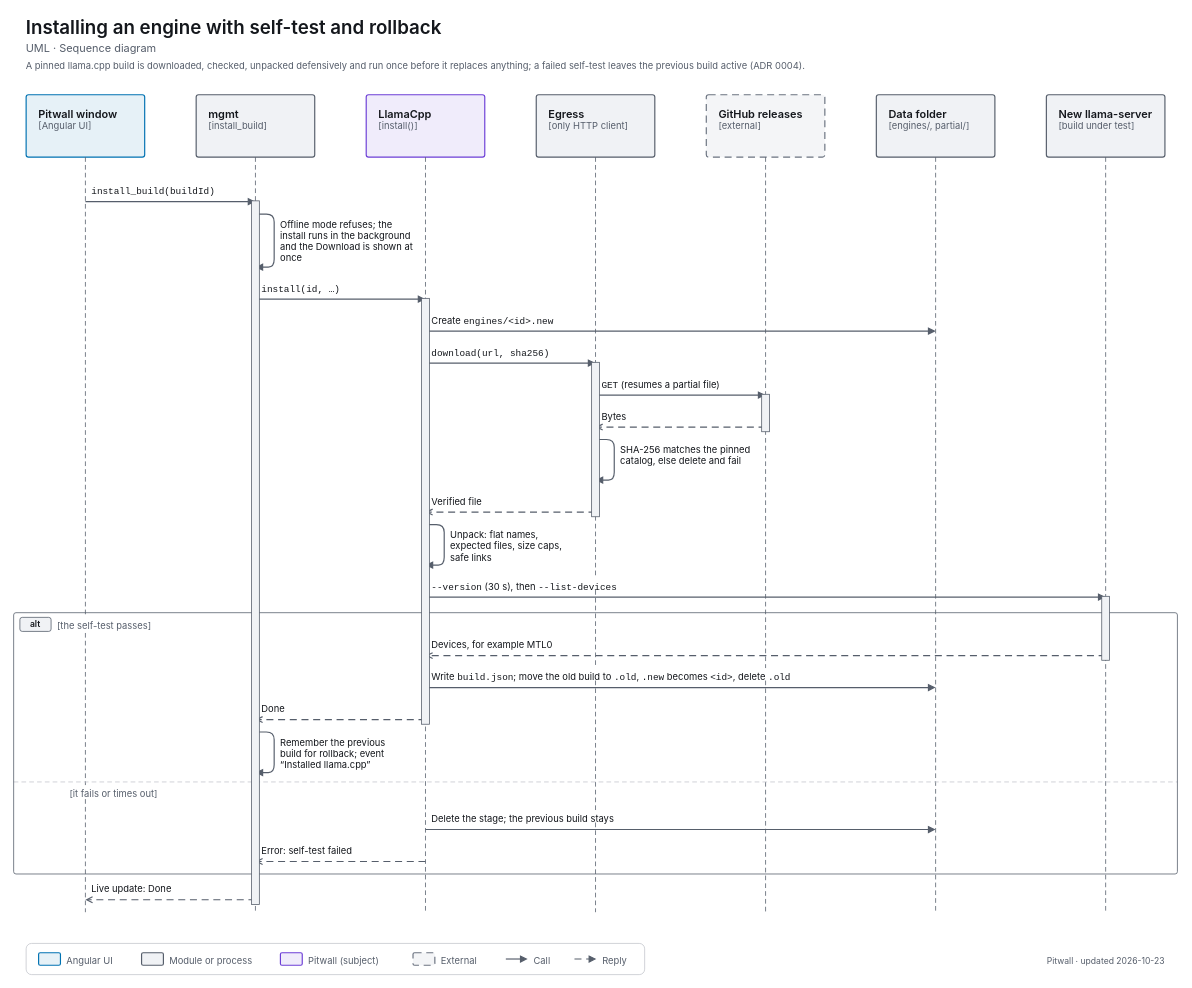
The draw.io diagram apps/pitwall/docs/diagrams/uml-seq-engine-install.drawio in decryp7/paddock, before the edit. Source tidied: cells renumbered, new cells numbered last; positions are measured from the earlier drawing's top-left corner, leaving out a move shared by most shapes. Both pictures are drawn from the tidied source at 78%, with x=0, y=0 at pixel (13, 13).
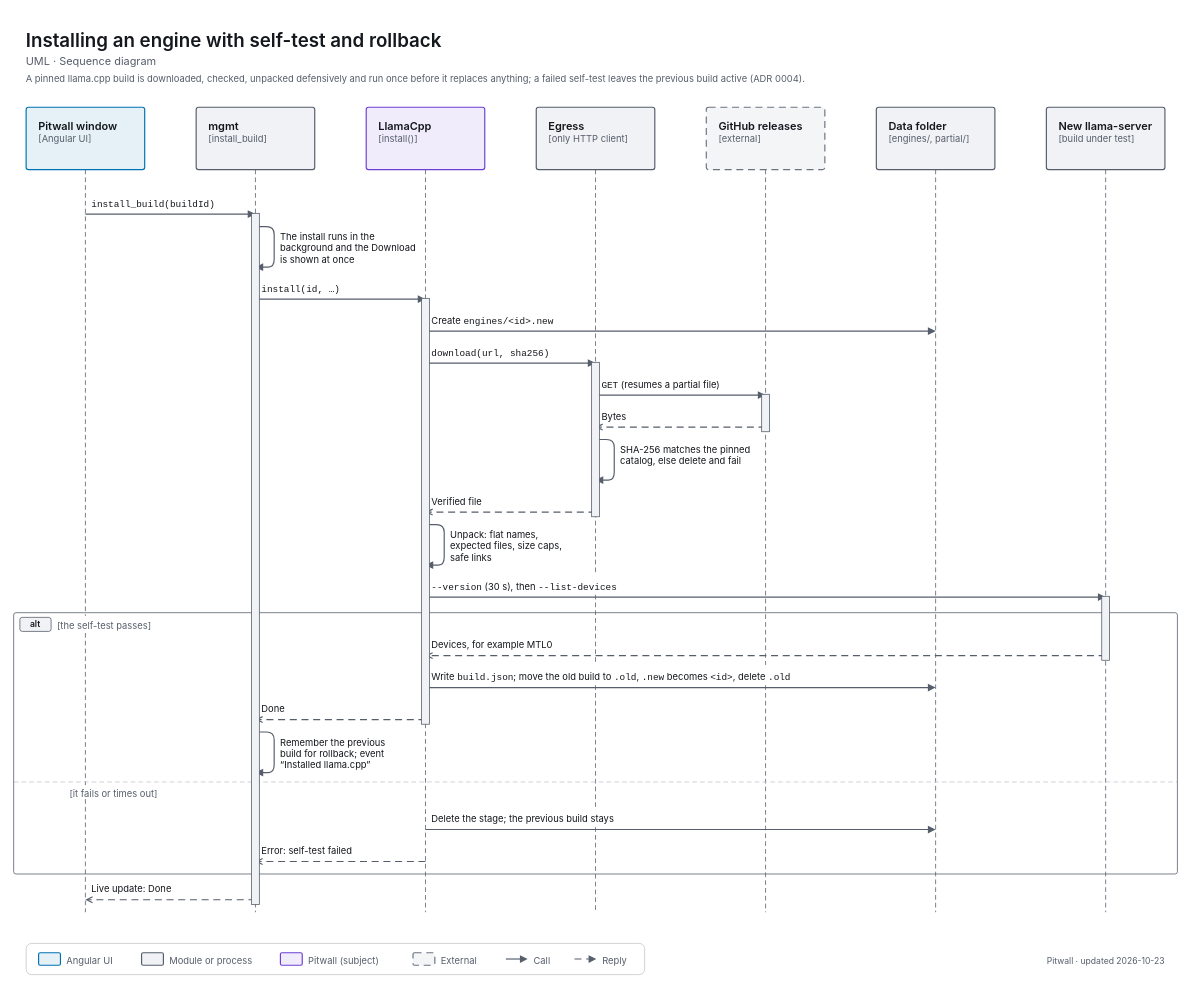
The same page after the edit.

What changed in the source:
```diff
@@
     <mxCell id="2" value="&lt;span style=&quot;font-size:24px;font-weight:600&quot;&gt;Installing an engine with self-test and rollback&lt;/span&gt;" style="html=1;whiteSpace=wrap;fontFamily=-apple-system,BlinkMacSystemFont,Segoe UI,system-ui,sans-serif;fontSize=12;fontColor=light-dark(#14171C,#ECEEF1);text;strokeColor=none;fillColor=none;align=left;verticalAlign=top;spacing=0;fontColor=light-dark(#14171C,#ECEEF1);" parent="1" vertex="1">
-      <mxGeometry x="16" width="1460" height="32" as="geometry" />
+      <mxGeometry x="16" y="16" width="1460" height="32" as="geometry" />
     </mxCell>
     <mxCell id="3" value="&lt;span style=&quot;font-size:14px;font-weight:400&quot;&gt;UML · Sequence diagram&lt;/span&gt;" style="html=1;whiteSpace=wrap;fontFamily=-apple-system,BlinkMacSystemFont,Segoe UI,system-ui,sans-serif;fontSize=12;fontColor=light-dark(#14171C,#ECEEF1);text;strokeColor=none;fillColor=none;align=left;verticalAlign=top;spacing=0;fontColor=light-dark(#565E6B,#A0A7B2);" parent="1" vertex="1">
-      <mxGeometry x="16" y="32" width="1460" height="24" as="geometry" />
+      <mxGeometry x="16" y="48" width="1460" height="24" as="geometry" />
     </mxCell>
     <mxCell id="4" value="&lt;span style=&quot;font-size:12px;font-weight:400&quot;&gt;A pinned llama.cpp build is downloaded, checked, unpacked defensively and run once before it replaces anything; a failed self-test leaves the previous build active (ADR 0004).&lt;/span&gt;" style="html=1;whiteSpace=wrap;fontFamily=-apple-system,BlinkMacSystemFont,Segoe UI,system-ui,sans-serif;fontSize=12;fontColor=light-dark(#14171C,#ECEEF1);text;strokeColor=none;fillColor=none;align=left;verticalAlign=top;spacing=0;fontColor=light-dark(#565E6B,#A0A7B2);" parent="1" vertex="1">
-      <mxGeometry x="16" y="56" width="1460" height="20" as="geometry" />
+      <mxGeometry x="16" y="72" width="1460" height="20" as="geometry" />
     </mxCell>
     <mxCell id="5" value="&lt;span style=&quot;font-size:14px;font-weight:600&quot;&gt;Pitwall window&lt;/span&gt;&lt;br&gt;&lt;span style=&quot;font-size:12px;color:light-dark(#565E6B,#A0A7B2)&quot;&gt;[Angular UI]&lt;/span&gt;" style="html=1;whiteSpace=wrap;fontFamily=-apple-system,BlinkMacSystemFont,Segoe UI,system-ui,sans-serif;fontSize=12;fontColor=light-dark(#14171C,#ECEEF1);rounded=1;absoluteArcSize=1;arcSize=6;strokeWidth=1.5;strokeColor=light-dark(#0072B2,#56B4E9);fillColor=light-dark(#E6F1F7,#1F303C);align=left;verticalAlign=top;spacingLeft=14;spacingRight=14;spacingTop=10;spacingBottom=8;" parent="1" vertex="1">
-      <mxGeometry x="16" y="104" width="152" height="80" as="geometry" />
+      <mxGeometry x="16" y="120" width="152" height="80" as="geometry" />
     </mxCell>
     <mxCell id="6" value="&lt;span style=&quot;font-size:14px;font-weight:600&quot;&gt;mgmt&lt;/span&gt;&lt;br&gt;&lt;span style=&quot;font-size:12px;color:light-dark(#565E6B,#A0A7B2)&quot;&gt;[install_build]&lt;/span&gt;" style="html=1;whiteSpace=wrap;fontFamily=-apple-system,BlinkMacSystemFont,Segoe UI,system-ui,sans-serif;fontSize=12;fontColor=light-dark(#14171C,#ECEEF1);rounded=1;absoluteArcSize=1;arcSize=6;strokeWidth=1.5;strokeColor=light-dark(#565E6B,#A0A7B2);fillColor=light-dark(#F0F2F5,#1B1E23);align=left;verticalAlign=top;spacingLeft=14;spacingRight=14;spacingTop=10;spacingBottom=8;" parent="1" vertex="1">
-      <mxGeometry x="234" y="104" width="152" height="80" as="geometry" />
+      <mxGeometry x="234" y="120" width="152" height="80" as="geometry" />
     </mxCell>
     <mxCell id="7" value="&lt;span style=&quot;font-size:14px;font-weight:600&quot;&gt;LlamaCpp&lt;/span&gt;&lt;br&gt;&lt;span style=&quot;font-size:12px;color:light-dark(#565E6B,#A0A7B2)&quot;&gt;[install()]&lt;/span&gt;" style="html=1;whiteSpace=wrap;fontFamily=-apple-system,BlinkMacSystemFont,Segoe UI,system-ui,sans-serif;fontSize=12;fontColor=light-dark(#14171C,#ECEEF1);rounded=1;absoluteArcSize=1;arcSize=6;strokeWidth=1.5;strokeColor=light-dark(#6D3FD6,#A58BFA);fillColor=light-dark(#F0ECFB,#2C2A3F);align=left;verticalAlign=top;spacingLeft=14;spacingRight=14;spacingTop=10;spacingBottom=8;" parent="1" vertex="1">
-      <mxGeometry x="452" y="104" width="152" height="80" as="geometry" />
+      <mxGeometry x="452" y="120" width="152" height="80" as="geometry" />
     </mxCell>
     <mxCell id="8" value="&lt;span style=&quot;font-size:14px;font-weight:600&quot;&gt;Egress&lt;/span&gt;&lt;br&gt;&lt;span style=&quot;font-size:12px;color:light-dark(#565E6B,#A0A7B2)&quot;&gt;[only HTTP client]&lt;/span&gt;" style="html=1;whiteSpace=wrap;fontFamily=-apple-system,BlinkMacSystemFont,Segoe UI,system-ui,sans-serif;fontSize=12;fontColor=light-dark(#14171C,#ECEEF1);rounded=1;absoluteArcSize=1;arcSize=6;strokeWidth=1.5;strokeColor=light-dark(#565E6B,#A0A7B2);fillColor=light-dark(#F0F2F5,#1B1E23);align=left;verticalAlign=top;spacingLeft=14;spacingRight=14;spacingTop=10;spacingBottom=8;" parent="1" vertex="1">
-      <mxGeometry x="670" y="104" width="152" height="80" as="geometry" />
+      <mxGeometry x="670" y="120" width="152" height="80" as="geometry" />
     </mxCell>
     <mxCell id="9" value="&lt;span style=&quot;font-size:14px;font-weight:600&quot;&gt;GitHub releases&lt;/span&gt;&lt;br&gt;&lt;span style=&quot;font-size:12px;color:light-dark(#565E6B,#A0A7B2)&quot;&gt;[external]&lt;/span&gt;" style="html=1;whiteSpace=wrap;fontFamily=-apple-system,BlinkMacSystemFont,Segoe UI,system-ui,sans-serif;fontSize=12;fontColor=light-dark(#14171C,#ECEEF1);rounded=1;absoluteArcSize=1;arcSize=6;strokeWidth=1.5;strokeColor=light-dark(#6B7380,#7F8794);fillColor=light-dark(#F4F5F7,#17191E);dashed=1;dashPattern=6 4;align=left;verticalAlign=top;spacingLeft=14;spacingRight=14;spacingTop=10;spacingBottom=8;" parent="1" vertex="1">
-      <mxGeometry x="888" y="104" width="152" height="80" as="geometry" />
+      <mxGeometry x="888" y="120" width="152" height="80" as="geometry" />
     </mxCell>
     <mxCell id="10" value="&lt;span style=&quot;font-size:14px;font-weight:600&quot;&gt;Data folder&lt;/span&gt;&lt;br&gt;&lt;span style=&quot;font-size:12px;color:light-dark(#565E6B,#A0A7B2)&quot;&gt;[engines/, partial/]&lt;/span&gt;" style="html=1;whiteSpace=wrap;fontFamily=-apple-system,BlinkMacSystemFont,Segoe UI,system-ui,sans-serif;fontSize=12;fontColor=light-dark(#14171C,#ECEEF1);rounded=1;absoluteArcSize=1;arcSize=6;strokeWidth=1.5;strokeColor=light-dark(#565E6B,#A0A7B2);fillColor=light-dark(#F0F2F5,#1B1E23);align=left;verticalAlign=top;spacingLeft=14;spacingRight=14;spacingTop=10;spacingBottom=8;" parent="1" vertex="1">
-      <mxGeometry x="1106" y="104" width="152" height="80" as="geometry" />
+      <mxGeometry x="1106" y="120" width="152" height="80" as="geometry" />
     </mxCell>
     <mxCell id="11" value="&lt;span style=&quot;font-size:14px;font-weight:600&quot;&gt;New llama-server&lt;/span&gt;&lt;br&gt;&lt;span style=&quot;font-size:12px;color:light-dark(#565E6B,#A0A7B2)&quot;&gt;[build under test]&lt;/span&gt;" style="html=1;whiteSpace=wrap;fontFamily=-apple-system,BlinkMacSystemFont,Segoe UI,system-ui,sans-serif;fontSize=12;fontColor=light-dark(#14171C,#ECEEF1);rounded=1;absoluteArcSize=1;arcSize=6;strokeWidth=1.5;strokeColor=light-dark(#565E6B,#A0A7B2);fillColor=light-dark(#F0F2F5,#1B1E23);align=left;verticalAlign=top;spacingLeft=14;spacingRight=14;spacingTop=10;spacingBottom=8;" parent="1" vertex="1">
-      <mxGeometry x="1324" y="104" width="152" height="80" as="geometry" />
+      <mxGeometry x="1324" y="120" width="152" height="80" as="geometry" />
     </mxCell>
     <mxCell id="12" style="edgeStyle=none;rounded=1;html=1;strokeWidth=1;strokeColor=light-dark(#565E6B,#A0A7B2);endArrow=none;endFill=0;endSize=6;dashed=1;dashPattern=6 4;" parent="1" edge="1">
       <mxGeometry relative="1" as="geometry">
-        <mxPoint x="92" y="184" as="sourcePoint" />
+        <mxPoint x="92" y="200" as="sourcePoint" />
         <mxPoint x="92" y="772" as="targetPoint" />
       </mxGeometry>
     </mxCell>
@@
     <mxCell id="15" style="edgeStyle=none;rounded=1;html=1;strokeWidth=1;strokeColor=light-dark(#565E6B,#A0A7B2);endArrow=none;endFill=0;endSize=6;dashed=1;dashPattern=6 4;" parent="1" edge="1">
       <mxGeometry relative="1" as="geometry">
-        <mxPoint x="310" y="184" as="sourcePoint" />
+        <mxPoint x="310" y="200" as="sourcePoint" />
         <mxPoint x="310" y="1152" as="targetPoint" />
       </mxGeometry>
     </mxCell>
     <mxCell id="16" style="edgeStyle=none;rounded=1;html=1;strokeWidth=1;strokeColor=light-dark(#565E6B,#A0A7B2);endArrow=none;endFill=0;endSize=6;dashed=1;dashPattern=6 4;" parent="1" edge="1">
       <mxGeometry relative="1" as="geometry">
-        <mxPoint x="528" y="184" as="sourcePoint" />
+        <mxPoint x="528" y="200" as="sourcePoint" />
         <mxPoint x="528" y="1152" as="targetPoint" />
       </mxGeometry>
     </mxCell>
     <mxCell id="17" style="edgeStyle=none;rounded=1;html=1;strokeWidth=1;strokeColor=light-dark(#565E6B,#A0A7B2);endArrow=none;endFill=0;endSize=6;dashed=1;dashPattern=6 4;" parent="1" edge="1">
       <mxGeometry relative="1" as="geometry">
-        <mxPoint x="746" y="184" as="sourcePoint" />
-        <mxPoint x="746" y="723" as="targetPoint" />
+        <mxPoint x="746" y="200" as="sourcePoint" />
+        <mxPoint x="746" y="719" as="targetPoint" />
       </mxGeometry>
     </mxCell>
     <mxCell id="18" style="edgeStyle=none;rounded=1;html=1;strokeWidth=1;strokeColor=light-dark(#565E6B,#A0A7B2);endArrow=none;endFill=0;endSize=6;dashed=1;dashPattern=6 4;" parent="1" edge="1">
       <mxGeometry relative="1" as="geometry">
-        <mxPoint x="746" y="739" as="sourcePoint" />
-        <mxPoint x="746" y="839" as="targetPoint" />
+        <mxPoint x="746" y="745" as="sourcePoint" />
+        <mxPoint x="746" y="835" as="targetPoint" />
       </mxGeometry>
     </mxCell>
     <mxCell id="19" style="edgeStyle=none;rounded=1;html=1;strokeWidth=1;strokeColor=light-dark(#565E6B,#A0A7B2);endArrow=none;endFill=0;endSize=6;dashed=1;dashPattern=6 4;" parent="1" edge="1">
       <mxGeometry relative="1" as="geometry">
-        <mxPoint x="746" y="855" as="sourcePoint" />
-        <mxPoint x="746" y="1021" as="targetPoint" />
+        <mxPoint x="746" y="861" as="sourcePoint" />
+        <mxPoint x="746" y="1017" as="targetPoint" />
       </mxGeometry>
     </mxCell>
     <mxCell id="20" style="edgeStyle=none;rounded=1;html=1;strokeWidth=1;strokeColor=light-dark(#565E6B,#A0A7B2);endArrow=none;endFill=0;endSize=6;dashed=1;dashPattern=6 4;" parent="1" edge="1">
       <mxGeometry relative="1" as="geometry">
-        <mxPoint x="746" y="1037" as="sourcePoint" />
+        <mxPoint x="746" y="1043" as="sourcePoint" />
         <mxPoint x="746" y="1152" as="targetPoint" />
       </mxGeometry>
     </mxCell>
     <mxCell id="21" style="edgeStyle=none;rounded=1;html=1;strokeWidth=1;strokeColor=light-dark(#565E6B,#A0A7B2);endArrow=none;endFill=0;endSize=6;dashed=1;dashPattern=6 4;" parent="1" edge="1">
       <mxGeometry relative="1" as="geometry">
-        <mxPoint x="964" y="184" as="sourcePoint" />
-        <mxPoint x="964" y="839" as="targetPoint" />
+        <mxPoint x="964" y="200" as="sourcePoint" />
+        <mxPoint x="964" y="835" as="targetPoint" />
       </mxGeometry>
     </mxCell>
     <mxCell id="22" style="edgeStyle=none;rounded=1;html=1;strokeWidth=1;strokeColor=light-dark(#565E6B,#A0A7B2);endArrow=none;endFill=0;endSize=6;dashed=1;dashPattern=6 4;" parent="1" edge="1">
       <mxGeometry relative="1" as="geometry">
-        <mxPoint x="964" y="855" as="sourcePoint" />
+        <mxPoint x="964" y="861" as="sourcePoint" />
         <mxPoint x="964" y="1152" as="targetPoint" />
       </mxGeometry>
     </mxCell>
     <mxCell id="23" style="edgeStyle=none;rounded=1;html=1;strokeWidth=1;strokeColor=light-dark(#565E6B,#A0A7B2);endArrow=none;endFill=0;endSize=6;dashed=1;dashPattern=6 4;" parent="1" edge="1">
       <mxGeometry relative="1" as="geometry">
-        <mxPoint x="1182" y="184" as="sourcePoint" />
+        <mxPoint x="1182" y="200" as="sourcePoint" />
         <mxPoint x="1182" y="1152" as="targetPoint" />
       </mxGeometry>
     </mxCell>
     <mxCell id="24" style="edgeStyle=none;rounded=1;html=1;strokeWidth=1;strokeColor=light-dark(#565E6B,#A0A7B2);endArrow=none;endFill=0;endSize=6;dashed=1;dashPattern=6 4;" parent="1" edge="1">
       <mxGeometry relative="1" as="geometry">
-        <mxPoint x="1400" y="184" as="sourcePoint" />
+        <mxPoint x="1400" y="200" as="sourcePoint" />
         <mxPoint x="1400" y="1152" as="targetPoint" />
       </mxGeometry>
     </mxCell>
     <mxCell id="25" value="&lt;span style=&quot;font-size:12px;font-weight:400&quot;&gt;&lt;span style=&quot;font-family:ui-monospace,SF Mono,Cascadia Mono,Consolas,monospace;white-space:nowrap&quot;&gt;install_build(buildId)&lt;/span&gt;&lt;/span&gt;" style="html=1;whiteSpace=wrap;fontFamily=-apple-system,BlinkMacSystemFont,Segoe UI,system-ui,sans-serif;fontSize=12;fontColor=light-dark(#14171C,#ECEEF1);text;strokeColor=none;fillColor=none;align=left;verticalAlign=top;spacing=0;fontColor=light-dark(#14171C,#ECEEF1);" parent="1" vertex="1">
-      <mxGeometry x="100" y="216" width="180" height="16" as="geometry" />
+      <mxGeometry x="100" y="232" width="180" height="16" as="geometry" />
     </mxCell>
     <mxCell id="26" style="edgeStyle=none;rounded=1;html=1;strokeWidth=1.5;strokeColor=light-dark(#565E6B,#A0A7B2);endArrow=block;endFill=1;endSize=6;" parent="1" edge="1">
       <mxGeometry relative="1" as="geometry">
-        <mxPoint x="92" y="241" as="sourcePoint" />
-        <mxPoint x="310" y="241" as="targetPoint" />
+        <mxPoint x="92" y="257" as="sourcePoint" />
+        <mxPoint x="310" y="257" as="targetPoint" />
       </mxGeometry>
     </mxCell>
     <mxCell id="27" style="edgeStyle=none;rounded=1;html=1;strokeWidth=1.5;strokeColor=light-dark(#565E6B,#A0A7B2);endArrow=block;endFill=1;endSize=6;" parent="1" edge="1">
       <mxGeometry relative="1" as="geometry">
-        <mxPoint x="310" y="257" as="sourcePoint" />
+        <mxPoint x="310" y="273" as="sourcePoint" />
         <mxPoint x="310" y="325" as="targetPoint" />
         <Array as="points">
-          <mxPoint x="334" y="257" />
+          <mxPoint x="334" y="273" />
           <mxPoint x="334" y="325" />
         </Array>
       </mxGeometry>
     </mxCell>
-    <mxCell id="28" value="&lt;span style=&quot;font-size:12px;font-weight:400&quot;&gt;Offline mode refuses; the install runs in the background and the Download is shown at once&lt;/span&gt;" style="html=1;whiteSpace=wrap;fontFamily=-apple-system,BlinkMacSystemFont,Segoe UI,system-ui,sans-serif;fontSize=12;fontColor=light-dark(#14171C,#ECEEF1);text;strokeColor=none;fillColor=none;align=left;verticalAlign=top;spacing=0;fontColor=light-dark(#14171C,#ECEEF1);" parent="1" vertex="1">
-      <mxGeometry x="342" y="259" width="173" height="64" as="geometry" />
+    <mxCell id="28" value="&lt;span style=&quot;font-size:12px;font-weight:400&quot;&gt;The install runs in the background and the Download is shown at once&lt;/span&gt;" style="html=1;whiteSpace=wrap;fontFamily=-apple-system,BlinkMacSystemFont,Segoe UI,system-ui,sans-serif;fontSize=12;fontColor=light-dark(#14171C,#ECEEF1);text;strokeColor=none;fillColor=none;align=left;verticalAlign=top;spacing=0;fontColor=light-dark(#14171C,#ECEEF1);" parent="1" vertex="1">
+      <mxGeometry x="342" y="275" width="173" height="48" as="geometry" />
     </mxCell>
@@
     <mxCell id="70" style="rounded=0;strokeWidth=1;strokeColor=light-dark(#565E6B,#A0A7B2);fillColor=light-dark(#F0F2F5,#1B1E23);" parent="1" vertex="1">
-      <mxGeometry x="305" y="240" width="10" height="902" as="geometry" />
+      <mxGeometry x="305" y="256" width="10" height="886" as="geometry" />
     </mxCell>
```
